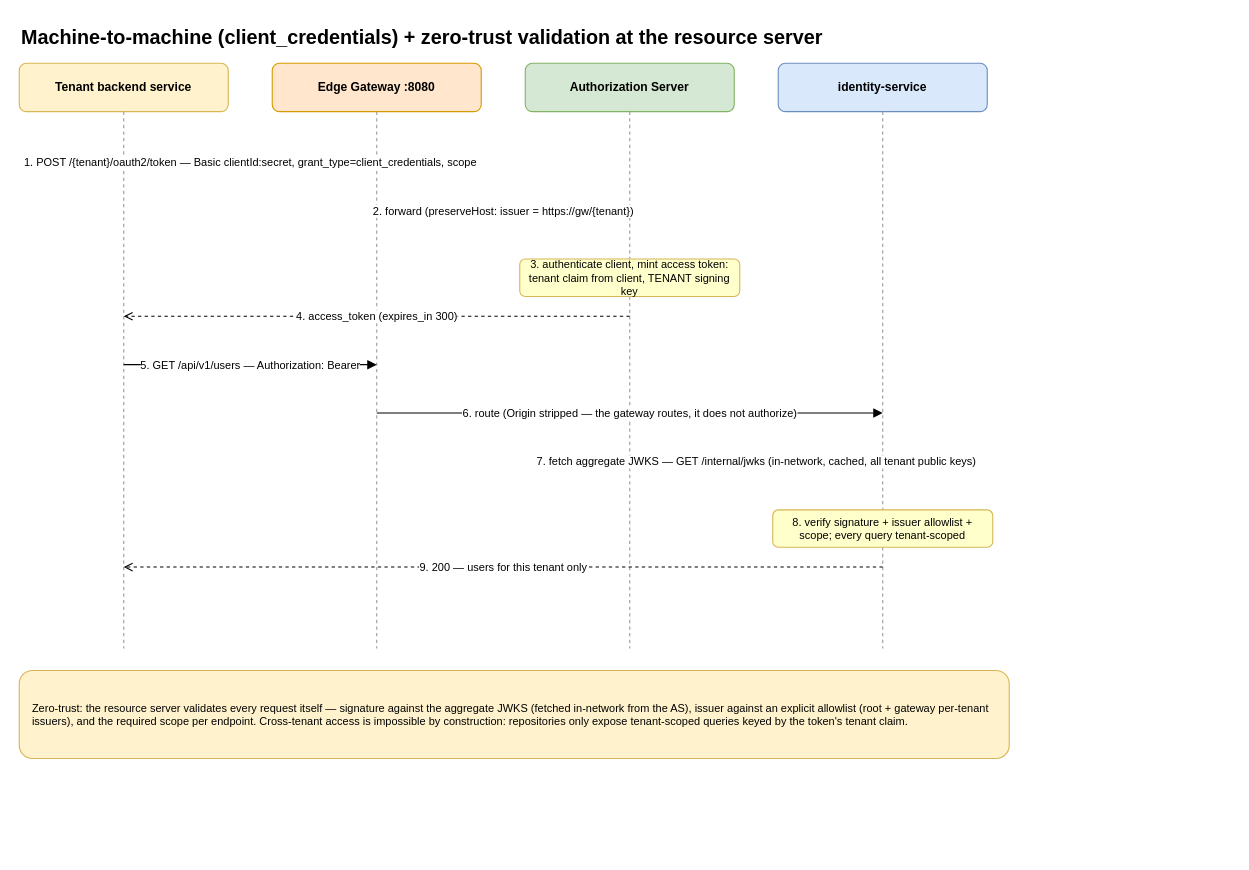
Earlier version of the draw.io diagram architecture/diagrams/seq-m2m-client-credentials.drawio (AegisIdentity/aegis-platform-docs). Source tidied: cells renumbered, new cells numbered last; positions are measured from the earlier drawing's top-left corner, leaving out a move shared by most shapes. Both pictures are drawn from the tidied source at 110%, with x=0, y=0 at pixel (19, 19).
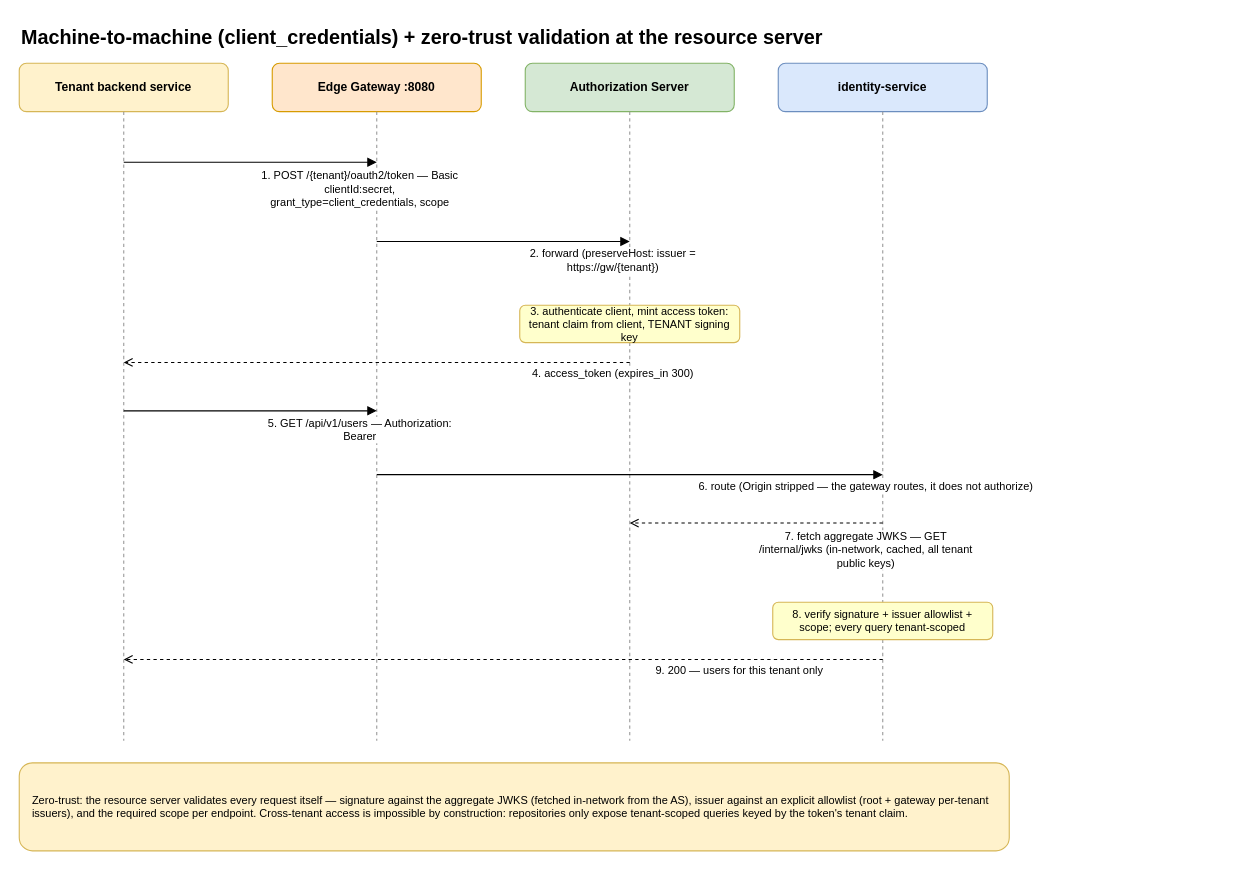
The same page after the edit.

The edit, as a diff of the source:
```diff
@@
     <mxCell id="4" style="endArrow=none;dashed=1;html=1;strokeColor=#999999;" parent="1" edge="1">
       <mxGeometry relative="1" as="geometry">
         <mxPoint x="95" y="84" as="sourcePoint" />
-        <mxPoint x="95" y="572" as="targetPoint" />
+        <mxPoint x="95" y="656" as="targetPoint" />
       </mxGeometry>
     </mxCell>
@@
     <mxCell id="6" style="endArrow=none;dashed=1;html=1;strokeColor=#999999;" parent="1" edge="1">
       <mxGeometry relative="1" as="geometry">
         <mxPoint x="325" y="84" as="sourcePoint" />
-        <mxPoint x="325" y="572" as="targetPoint" />
+        <mxPoint x="325" y="656" as="targetPoint" />
       </mxGeometry>
     </mxCell>
@@
     <mxCell id="8" style="endArrow=none;dashed=1;html=1;strokeColor=#999999;" parent="1" edge="1">
       <mxGeometry relative="1" as="geometry">
         <mxPoint x="555" y="84" as="sourcePoint" />
-        <mxPoint x="555" y="572" as="targetPoint" />
+        <mxPoint x="555" y="656" as="targetPoint" />
       </mxGeometry>
     </mxCell>
@@
     <mxCell id="10" style="endArrow=none;dashed=1;html=1;strokeColor=#999999;" parent="1" edge="1">
       <mxGeometry relative="1" as="geometry">
         <mxPoint x="785" y="84" as="sourcePoint" />
-        <mxPoint x="785" y="572" as="targetPoint" />
+        <mxPoint x="785" y="656" as="targetPoint" />
       </mxGeometry>
     </mxCell>
-    <mxCell id="11" value="1. POST /{tenant}/oauth2/token — Basic clientId:secret, grant_type=client_credentials, scope" style="html=1;fontSize=10;endArrow=block;endFill=1;rounded=0;" parent="1" edge="1">
+    <mxCell id="11" style="html=1;fontSize=10;endArrow=block;endFill=1;rounded=0;" parent="1" edge="1">
       <mxGeometry relative="1" as="geometry">
         <mxPoint x="95" y="130" as="sourcePoint" />
         <mxPoint x="325" y="130" as="targetPoint" />
       </mxGeometry>
     </mxCell>
-    <mxCell id="12" value="2. forward (preserveHost: issuer = https://gw/{tenant})" style="html=1;fontSize=10;endArrow=block;endFill=1;rounded=0;" parent="1" edge="1">
-      <mxGeometry relative="1" as="geometry">
-        <mxPoint x="325" y="174" as="sourcePoint" />
-        <mxPoint x="555" y="174" as="targetPoint" />
-      </mxGeometry>
+    <mxCell id="12" value="1. POST /{tenant}/oauth2/token — Basic clientId:secret, grant_type=client_credentials, scope" style="edgeLabel;html=1;align=center;verticalAlign=middle;whiteSpace=wrap;labelBackgroundColor=#FFFFFF;fontSize=10;" parent="11" vertex="1">
+      <mxGeometry width="200" height="48" relative="1" as="geometry" />
     </mxCell>
-    <mxCell id="13" value="3. authenticate client, mint access token:&#10;tenant claim from client, TENANT signing key" style="rounded=1;whiteSpace=wrap;html=1;fontSize=10;fillColor=#FFFFCC;strokeColor=#D6B656;" parent="1" vertex="1">
-      <mxGeometry x="455" y="218" width="200" height="34" as="geometry" />
+    <mxCell id="13" style="html=1;fontSize=10;endArrow=block;endFill=1;rounded=0;" parent="1" edge="1">
+      <mxGeometry relative="1" as="geometry">
+        <mxPoint x="325" y="202" as="sourcePoint" />
+        <mxPoint x="555" y="202" as="targetPoint" />
+      </mxGeometry>
     </mxCell>
-    <mxCell id="14" value="4. access_token (expires_in 300)" style="html=1;fontSize=10;endArrow=open;dashed=1;rounded=0;" parent="1" edge="1">
-      <mxGeometry relative="1" as="geometry">
-        <mxPoint x="555" y="270" as="sourcePoint" />
-        <mxPoint x="95" y="270" as="targetPoint" />
-      </mxGeometry>
+    <mxCell id="14" value="2. forward (preserveHost: issuer = https://gw/{tenant})" style="edgeLabel;html=1;align=center;verticalAlign=middle;whiteSpace=wrap;labelBackgroundColor=#FFFFFF;fontSize=10;" parent="13" vertex="1">
+      <mxGeometry width="200" height="34" relative="1" as="geometry" />
     </mxCell>
-    <mxCell id="15" value="5. GET /api/v1/users — Authorization: Bearer" style="html=1;fontSize=10;endArrow=block;endFill=1;rounded=0;" parent="1" edge="1">
-      <mxGeometry relative="1" as="geometry">
-        <mxPoint x="95" y="314" as="sourcePoint" />
-        <mxPoint x="325" y="314" as="targetPoint" />
-      </mxGeometry>
+    <mxCell id="15" value="3. authenticate client, mint access token:&#10;tenant claim from client, TENANT signing key" style="rounded=1;whiteSpace=wrap;html=1;fontSize=10;fillColor=#FFFFCC;strokeColor=#D6B656;" parent="1" vertex="1">
+      <mxGeometry x="455" y="260" width="200" height="34" as="geometry" />
     </mxCell>
-    <mxCell id="16" value="6. route (Origin stripped — the gateway routes, it does not authorize)" style="html=1;fontSize=10;endArrow=block;endFill=1;rounded=0;" parent="1" edge="1">
+    <mxCell id="16" style="html=1;fontSize=10;endArrow=open;dashed=1;rounded=0;" parent="1" edge="1">
       <mxGeometry relative="1" as="geometry">
-        <mxPoint x="325" y="358" as="sourcePoint" />
-        <mxPoint x="785" y="358" as="targetPoint" />
+        <mxPoint x="555" y="312" as="sourcePoint" />
+        <mxPoint x="95" y="312" as="targetPoint" />
       </mxGeometry>
     </mxCell>
-    <mxCell id="17" value="7. fetch aggregate JWKS — GET /internal/jwks (in-network, cached, all tenant public keys)" style="html=1;fontSize=10;endArrow=open;dashed=1;rounded=0;" parent="1" edge="1">
-      <mxGeometry relative="1" as="geometry">
-        <mxPoint x="785" y="402" as="sourcePoint" />
-        <mxPoint x="555" y="402" as="targetPoint" />
-      </mxGeometry>
+    <mxCell id="17" value="4. access_token (expires_in 300)" style="edgeLabel;html=1;align=center;verticalAlign=middle;whiteSpace=wrap;labelBackgroundColor=#FFFFFF;fontSize=10;" parent="16" vertex="1">
+      <mxGeometry width="430" height="20" relative="1" as="geometry" />
     </mxCell>
-    <mxCell id="18" value="8. verify signature + issuer allowlist +&#10;scope; every query tenant-scoped" style="rounded=1;whiteSpace=wrap;html=1;fontSize=10;fillColor=#FFFFCC;strokeColor=#D6B656;" parent="1" vertex="1">
-      <mxGeometry x="685" y="446" width="200" height="34" as="geometry" />
+    <mxCell id="18" style="html=1;fontSize=10;endArrow=block;endFill=1;rounded=0;" parent="1" edge="1">
+      <mxGeometry relative="1" as="geometry">
+        <mxPoint x="95" y="356" as="sourcePoint" />
+        <mxPoint x="325" y="356" as="targetPoint" />
+      </mxGeometry>
     </mxCell>
-    <mxCell id="19" value="9. 200 — users for this tenant only" style="html=1;fontSize=10;endArrow=open;dashed=1;rounded=0;" parent="1" edge="1">
-      <mxGeometry relative="1" as="geometry">
-        <mxPoint x="785" y="498" as="sourcePoint" />
-        <mxPoint x="95" y="498" as="targetPoint" />
-      </mxGeometry>
+    <mxCell id="19" value="5. GET /api/v1/users — Authorization: Bearer" style="edgeLabel;html=1;align=center;verticalAlign=middle;whiteSpace=wrap;labelBackgroundColor=#FFFFFF;fontSize=10;" parent="18" vertex="1">
+      <mxGeometry width="200" height="34" relative="1" as="geometry" />
     </mxCell>
-    <mxCell id="20" value="Zero-trust: the resource server validates every request itself — signature against the aggregate JWKS (fetched in-network from the AS), issuer against an explicit allowlist (root + gateway per-tenant issuers), and the required scope per endpoint. Cross-tenant access is impossible by construction: repositories only expose tenant-scoped queries keyed by the token's tenant claim." style="rounded=1;whiteSpace=wrap;html=1;fontSize=10;align=left;spacingLeft=8;spacing=4;fillColor=#FFF2CC;strokeColor=#D6B656;" parent="1" vertex="1">
-      <mxGeometry y="592" width="900" height="80" as="geometry" />
+    <mxCell id="20" style="html=1;fontSize=10;endArrow=block;endFill=1;rounded=0;" parent="1" edge="1">
+      <mxGeometry relative="1" as="geometry">
+        <mxPoint x="325" y="414" as="sourcePoint" />
+        <mxPoint x="785" y="414" as="targetPoint" />
+      </mxGeometry>
     </mxCell>
+    <mxCell id="21" value="6. route (Origin stripped — the gateway routes, it does not authorize)" style="edgeLabel;html=1;align=center;verticalAlign=middle;whiteSpace=wrap;labelBackgroundColor=#FFFFFF;fontSize=10;" parent="20" vertex="1">
+      <mxGeometry width="430" height="20" relative="1" as="geometry" />
+    </mxCell>
+    <mxCell id="22" style="html=1;fontSize=10;endArrow=open;dashed=1;rounded=0;" parent="1" edge="1">
+      <mxGeometry relative="1" as="geometry">
+        <mxPoint x="785" y="458" as="sourcePoint" />
+        <mxPoint x="555" y="458" as="targetPoint" />
+      </mxGeometry>
+    </mxCell>
+    <mxCell id="23" value="7. fetch aggregate JWKS — GET /internal/jwks (in-network, cached, all tenant public keys)" style="edgeLabel;html=1;align=center;verticalAlign=middle;whiteSpace=wrap;labelBackgroundColor=#FFFFFF;fontSize=10;" parent="22" vertex="1">
+      <mxGeometry width="200" height="48" relative="1" as="geometry" />
+    </mxCell>
+    <mxCell id="24" value="8. verify signature + issuer allowlist +&#10;scope; every query tenant-scoped" style="rounded=1;whiteSpace=wrap;html=1;fontSize=10;fillColor=#FFFFCC;strokeColor=#D6B656;" parent="1" vertex="1">
+      <mxGeometry x="685" y="530" width="200" height="34" as="geometry" />
+    </mxCell>
+    <mxCell id="25" style="html=1;fontSize=10;endArrow=open;dashed=1;rounded=0;" parent="1" edge="1">
+      <mxGeometry relative="1" as="geometry">
+        <mxPoint x="785" y="582" as="sourcePoint" />
+        <mxPoint x="95" y="582" as="targetPoint" />
+      </mxGeometry>
+    </mxCell>
+    <mxCell id="26" value="9. 200 — users for this tenant only" style="edgeLabel;html=1;align=center;verticalAlign=middle;whiteSpace=wrap;labelBackgroundColor=#FFFFFF;fontSize=10;" parent="25" vertex="1">
+      <mxGeometry width="430" height="20" relative="1" as="geometry" />
+    </mxCell>
+    <mxCell id="27" value="Zero-trust: the resource server validates every request itself — signature against the aggregate JWKS (fetched in-network from the AS), issuer against an explicit allowlist (root + gateway per-tenant issuers), and the required scope per endpoint. Cross-tenant access is impossible by construction: repositories only expose tenant-scoped queries keyed by the token's tenant claim." style="rounded=1;whiteSpace=wrap;html=1;fontSize=10;align=left;spacingLeft=8;spacing=4;fillColor=#FFF2CC;strokeColor=#D6B656;" parent="1" vertex="1">
+      <mxGeometry y="676" width="900" height="80" as="geometry" />
+    </mxCell>
```
